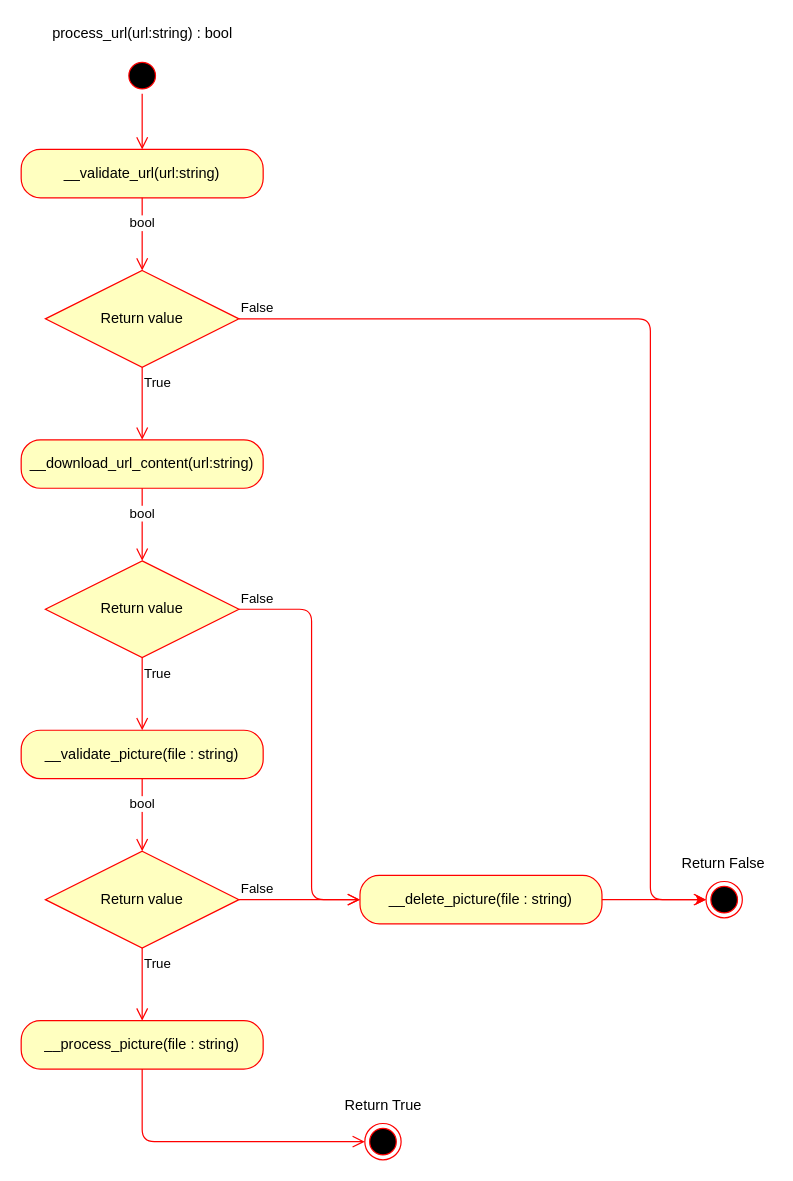
The draw.io diagram doc/Architecture/process_URL().drawio in Tidinho90/VMagnify, before the edit. Source tidied: cells renumbered, new cells numbered last; positions are measured from the earlier drawing's top-left corner, leaving out a move shared by most shapes. Both pictures are drawn from the tidied source at 121%, with x=0, y=0 at pixel (21, 21).
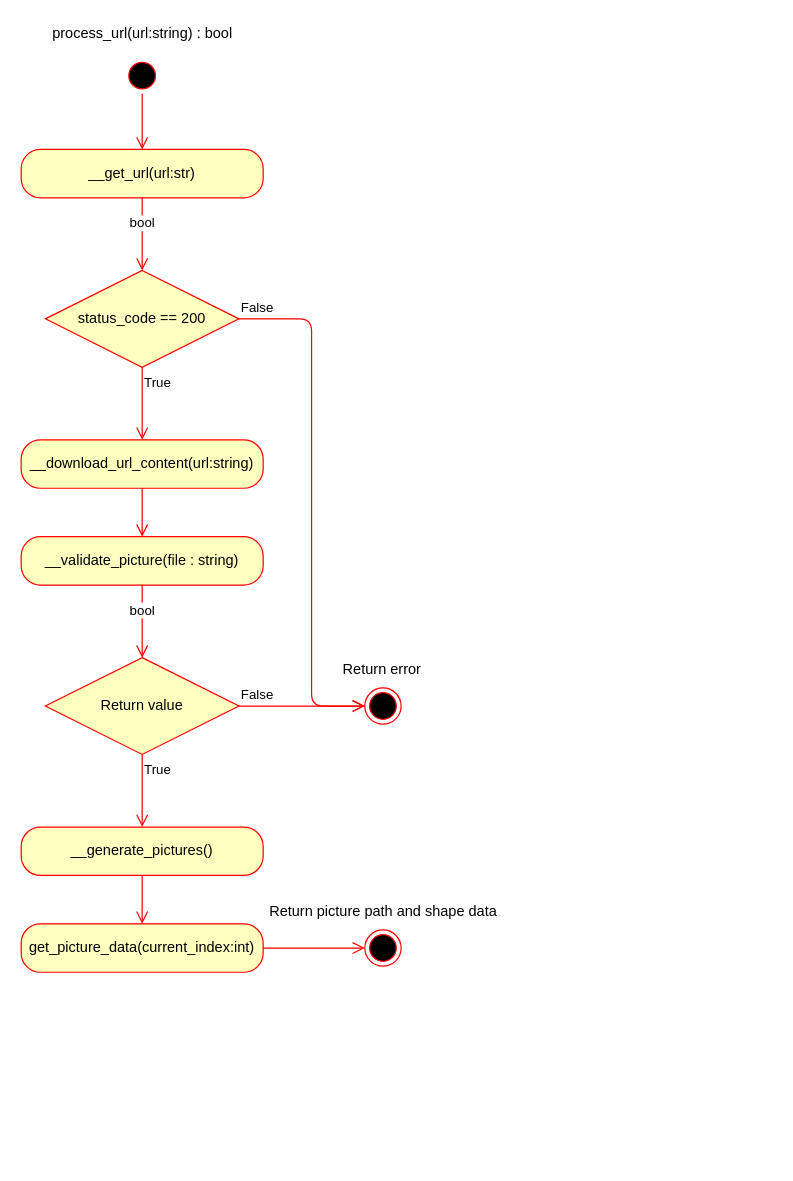
The same diagram, later.

Unchanged cells that the change refers to:
```xml
<mxCell id="10" value="&lt;span style=&quot;text-align: left&quot;&gt;__download_url_content(url:string)&lt;/span&gt;" style="rounded=1;whiteSpace=wrap;html=1;arcSize=40;fontColor=#000000;fillColor=#ffffc0;strokeColor=#ff0000;" parent="1" vertex="1">
  <mxGeometry y="346" width="200" height="40" as="geometry" />
</mxCell>
```

What changed in the source:
```diff
@@
-    <mxCell id="4" value="&lt;span style=&quot;text-align: left&quot;&gt;__validate_url(url:string)&lt;/span&gt;" style="rounded=1;whiteSpace=wrap;html=1;arcSize=40;fontColor=#000000;fillColor=#ffffc0;strokeColor=#ff0000;" parent="1" vertex="1">
+    <mxCell id="4" value="&lt;span style=&quot;text-align: left&quot;&gt;__get_url(url:str)&lt;/span&gt;" style="rounded=1;whiteSpace=wrap;html=1;arcSize=40;fontColor=#000000;fillColor=#ffffc0;strokeColor=#ff0000;" parent="1" vertex="1">
       <mxGeometry y="106" width="200" height="40" as="geometry" />
     </mxCell>
@@
-    <mxCell id="7" value="Return value" style="rhombus;whiteSpace=wrap;html=1;fillColor=#ffffc0;strokeColor=#ff0000;" parent="1" vertex="1">
+    <mxCell id="7" value="status_code == 200" style="rhombus;whiteSpace=wrap;html=1;fillColor=#ffffc0;strokeColor=#ff0000;" parent="1" vertex="1">
       <mxGeometry x="20" y="206" width="160" height="80" as="geometry" />
     </mxCell>
@@
     <mxCell id="9" style="ellipse;html=1;shape=endState;fillColor=#000000;strokeColor=#ff0000;" parent="1" vertex="1">
-      <mxGeometry x="566" y="711" width="30" height="30" as="geometry" />
+      <mxGeometry x="284" y="551" width="30" height="30" as="geometry" />
     </mxCell>
@@
-    <mxCell id="11" value="Return value" style="rhombus;whiteSpace=wrap;html=1;fillColor=#ffffc0;strokeColor=#ff0000;" parent="1" vertex="1">
-      <mxGeometry x="20" y="446" width="160" height="80" as="geometry" />
-    </mxCell>
-    <mxCell id="12" value="False" style="edgeStyle=orthogonalEdgeStyle;html=1;align=left;verticalAlign=bottom;endArrow=open;endSize=8;strokeColor=#ff0000;" parent="1" edge="1" source="11">
-      <mxGeometry x="-1" relative="1" as="geometry">
-        <mxPoint x="280" y="726" as="targetPoint" />
-        <Array as="points">
-          <mxPoint x="240" y="486" />
-          <mxPoint x="240" y="726" />
-        </Array>
-      </mxGeometry>
-    </mxCell>
-    <mxCell id="13" value="Return False" style="text;html=1;align=center;verticalAlign=middle;strokeColor=none;fillColor=none;" parent="1" vertex="1">
-      <mxGeometry x="540" y="686" width="80" height="20" as="geometry" />
+    <mxCell id="13" value="Return error" style="text;html=1;align=center;verticalAlign=middle;strokeColor=none;fillColor=none;" parent="1" vertex="1">
+      <mxGeometry x="258" y="526" width="80" height="20" as="geometry" />
     </mxCell>
-    <mxCell id="14" value="bool" style="edgeStyle=orthogonalEdgeStyle;html=1;verticalAlign=bottom;endArrow=open;endSize=8;strokeColor=#ff0000;entryX=0.5;entryY=0;entryDx=0;entryDy=0;exitX=0.5;exitY=1;exitDx=0;exitDy=0;" parent="1" edge="1" source="10" target="11">
-      <mxGeometry relative="1" as="geometry" />
-    </mxCell>
     <mxCell id="15" value="&lt;span style=&quot;text-align: left&quot;&gt;__validate_picture(file : string)&lt;/span&gt;" style="rounded=1;whiteSpace=wrap;html=1;arcSize=40;fontColor=#000000;fillColor=#ffffc0;strokeColor=#ff0000;" parent="1" vertex="1">
-      <mxGeometry y="586" width="200" height="40" as="geometry" />
+      <mxGeometry y="426" width="200" height="40" as="geometry" />
     </mxCell>
-    <mxCell id="16" value="True" style="edgeStyle=orthogonalEdgeStyle;html=1;align=left;verticalAlign=top;endArrow=open;endSize=8;strokeColor=#ff0000;entryX=0.5;entryY=0;entryDx=0;entryDy=0;exitX=0.5;exitY=1;exitDx=0;exitDy=0;" parent="1" edge="1" source="11" target="15">
-      <mxGeometry x="-1" relative="1" as="geometry">
-        <Array as="points">
-          <mxPoint x="100" y="576" />
-          <mxPoint x="100" y="576" />
-        </Array>
-      </mxGeometry>
-    </mxCell>
     <mxCell id="17" value="Return value" style="rhombus;whiteSpace=wrap;html=1;fillColor=#ffffc0;strokeColor=#ff0000;" parent="1" vertex="1">
-      <mxGeometry x="20" y="686" width="160" height="80" as="geometry" />
+      <mxGeometry x="20" y="526" width="160" height="80" as="geometry" />
     </mxCell>
-    <mxCell id="18" value="False" style="edgeStyle=orthogonalEdgeStyle;html=1;align=left;verticalAlign=bottom;endArrow=open;endSize=8;strokeColor=#ff0000;entryX=0;entryY=0.5;entryDx=0;entryDy=0;" parent="1" edge="1" source="17" target="25">
+    <mxCell id="18" value="False" style="edgeStyle=orthogonalEdgeStyle;html=1;align=left;verticalAlign=bottom;endArrow=open;endSize=8;strokeColor=#ff0000;entryX=0;entryY=0.5;entryDx=0;entryDy=0;" parent="1" edge="1" source="17" target="9">
       <mxGeometry x="-1" relative="1" as="geometry" />
     </mxCell>
@@
     <mxCell id="20" value="True" style="edgeStyle=orthogonalEdgeStyle;html=1;align=left;verticalAlign=top;endArrow=open;endSize=8;strokeColor=#ff0000;exitX=0.5;exitY=1;exitDx=0;exitDy=0;" parent="1" edge="1" source="17">
       <mxGeometry x="-1" relative="1" as="geometry">
-        <mxPoint x="100" y="826" as="targetPoint" />
+        <mxPoint x="100" y="666" as="targetPoint" />
         <Array as="points">
-          <mxPoint x="100" y="816" />
-          <mxPoint x="100" y="816" />
+          <mxPoint x="100" y="656" />
+          <mxPoint x="100" y="656" />
         </Array>
       </mxGeometry>
     </mxCell>
-    <mxCell id="21" value="&lt;span style=&quot;text-align: left&quot;&gt;__process_picture(file : string)&lt;/span&gt;" style="rounded=1;whiteSpace=wrap;html=1;arcSize=40;fontColor=#000000;fillColor=#ffffc0;strokeColor=#ff0000;" parent="1" vertex="1">
-      <mxGeometry y="826" width="200" height="40" as="geometry" />
+    <mxCell id="21" value="&lt;span style=&quot;text-align: left&quot;&gt;__generate_pictures()&lt;/span&gt;" style="rounded=1;whiteSpace=wrap;html=1;arcSize=40;fontColor=#000000;fillColor=#ffffc0;strokeColor=#ff0000;" parent="1" vertex="1">
+      <mxGeometry y="666" width="200" height="40" as="geometry" />
     </mxCell>
     <mxCell id="22" style="ellipse;html=1;shape=endState;fillColor=#000000;strokeColor=#ff0000;" parent="1" vertex="1">
-      <mxGeometry x="284" y="911" width="30" height="30" as="geometry" />
+      <mxGeometry x="284" y="751" width="30" height="30" as="geometry" />
     </mxCell>
-    <mxCell id="23" style="edgeStyle=orthogonalEdgeStyle;html=1;align=left;verticalAlign=top;endArrow=open;endSize=8;strokeColor=#ff0000;exitX=0.5;exitY=1;exitDx=0;exitDy=0;entryX=0;entryY=0.5;entryDx=0;entryDy=0;" parent="1" edge="1" source="21" target="22">
-      <mxGeometry x="-1" relative="1" as="geometry">
-        <Array as="points">
-          <mxPoint x="100" y="926" />
-        </Array>
-      </mxGeometry>
-    </mxCell>
-    <mxCell id="24" style="edgeStyle=orthogonalEdgeStyle;curved=1;html=1;startArrow=classic;startFill=1;endArrow=none;endFill=0;strokeColor=#FF0000;exitX=0;exitY=0.5;exitDx=0;exitDy=0;entryX=1;entryY=0.5;entryDx=0;entryDy=0;" parent="1" edge="1" source="9" target="25">
-      <mxGeometry relative="1" as="geometry" />
-    </mxCell>
-    <mxCell id="25" value="&lt;span style=&quot;text-align: left&quot;&gt;__delete_picture(file : string)&lt;/span&gt;" style="rounded=1;whiteSpace=wrap;html=1;arcSize=40;fontColor=#000000;fillColor=#ffffc0;strokeColor=#ff0000;" parent="1" vertex="1">
-      <mxGeometry x="280" y="706" width="200" height="40" as="geometry" />
-    </mxCell>
     <mxCell id="26" value="False" style="edgeStyle=orthogonalEdgeStyle;html=1;align=left;verticalAlign=bottom;endArrow=open;endSize=8;strokeColor=#ff0000;exitX=1;exitY=0.5;exitDx=0;exitDy=0;entryX=0;entryY=0.5;entryDx=0;entryDy=0;" parent="1" edge="1" source="7" target="9">
       <mxGeometry x="-1" relative="1" as="geometry">
         <Array as="points">
-          <mxPoint x="520" y="246" />
-          <mxPoint x="520" y="726" />
+          <mxPoint x="240" y="246" />
+          <mxPoint x="240" y="566" />
         </Array>
       </mxGeometry>
     </mxCell>
-    <mxCell id="27" value="Return True" style="text;html=1;align=center;verticalAlign=middle;strokeColor=none;fillColor=none;" parent="1" vertex="1">
-      <mxGeometry x="259" y="886" width="80" height="20" as="geometry" />
+    <mxCell id="27" value="Return picture path and shape data" style="text;html=1;align=center;verticalAlign=middle;strokeColor=none;fillColor=none;" parent="1" vertex="1">
+      <mxGeometry x="199" y="726" width="200" height="20" as="geometry" />
     </mxCell>
+    <mxCell id="28" value="&lt;span style=&quot;text-align: left&quot;&gt;get_picture_data(current_index:int)&lt;/span&gt;" style="rounded=1;whiteSpace=wrap;html=1;arcSize=40;fontColor=#000000;fillColor=#ffffc0;strokeColor=#ff0000;" parent="1" vertex="1">
+      <mxGeometry y="746" width="200" height="40" as="geometry" />
+    </mxCell>
+    <mxCell id="29" style="edgeStyle=orthogonalEdgeStyle;html=1;verticalAlign=bottom;endArrow=open;endSize=8;strokeColor=#ff0000;entryX=0.5;entryY=0;entryDx=0;entryDy=0;exitX=0.5;exitY=1;exitDx=0;exitDy=0;" parent="1" edge="1" source="10" target="15">
+      <mxGeometry relative="1" as="geometry" />
+    </mxCell>
+    <mxCell id="30" style="edgeStyle=orthogonalEdgeStyle;html=1;verticalAlign=bottom;endArrow=open;endSize=8;strokeColor=#ff0000;entryX=0.5;entryY=0;entryDx=0;entryDy=0;exitX=0.5;exitY=1;exitDx=0;exitDy=0;" parent="1" edge="1" source="21" target="28">
+      <mxGeometry relative="1" as="geometry" />
+    </mxCell>
+    <mxCell id="31" style="edgeStyle=orthogonalEdgeStyle;html=1;verticalAlign=bottom;endArrow=open;endSize=8;strokeColor=#ff0000;entryX=0;entryY=0.5;entryDx=0;entryDy=0;exitX=1;exitY=0.5;exitDx=0;exitDy=0;" parent="1" edge="1" source="28" target="22">
+      <mxGeometry relative="1" as="geometry" />
+    </mxCell>
```
